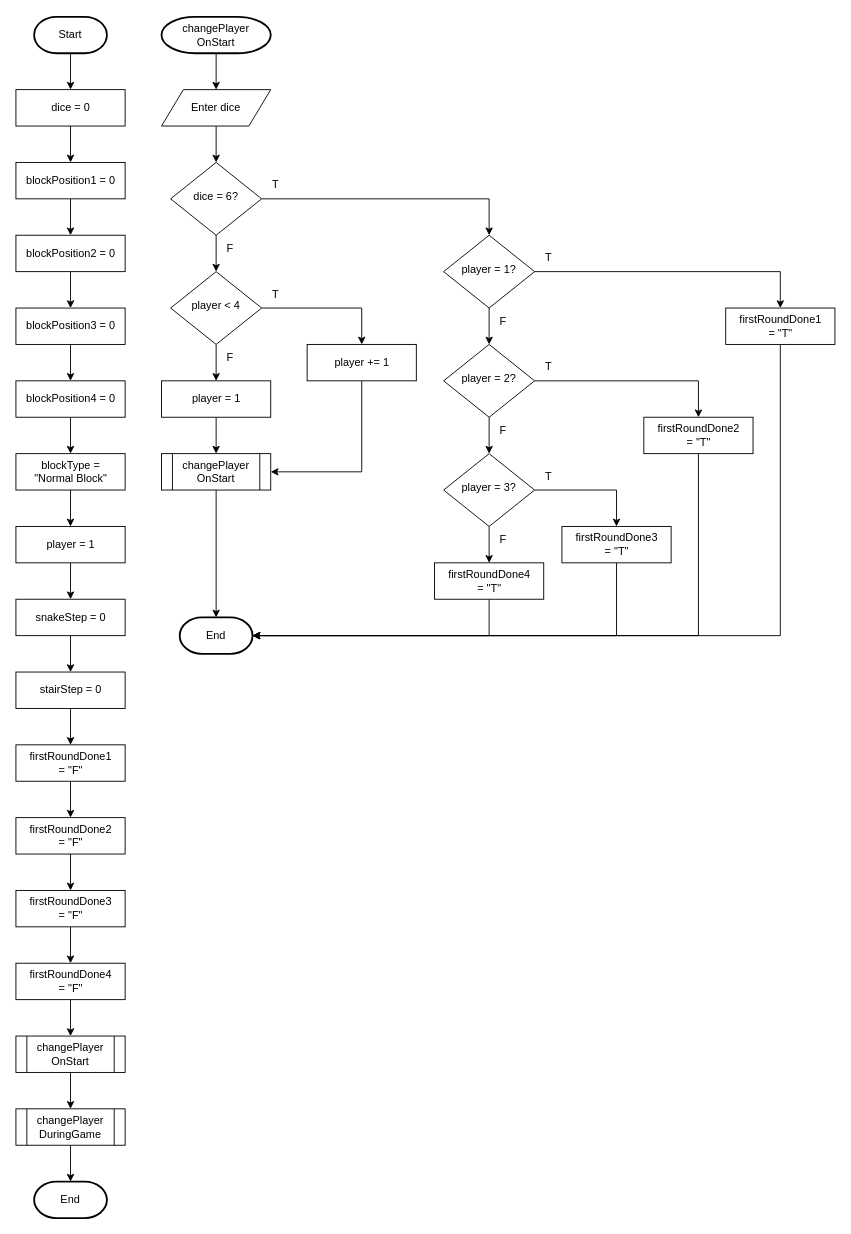
Above: page "Flowchart Part 1" (2 of 6) of Assignment 2/SnakeLadder.drawio in zhafranzainal/algorithm-complexity (draw.io), before the change. Source tidied: cells renumbered, new cells numbered last; positions are measured from the earlier drawing's top-left corner, leaving out a move shared by most shapes. Both pictures are drawn from the tidied source at 91%, with x=0, y=0 at pixel (15, 16).
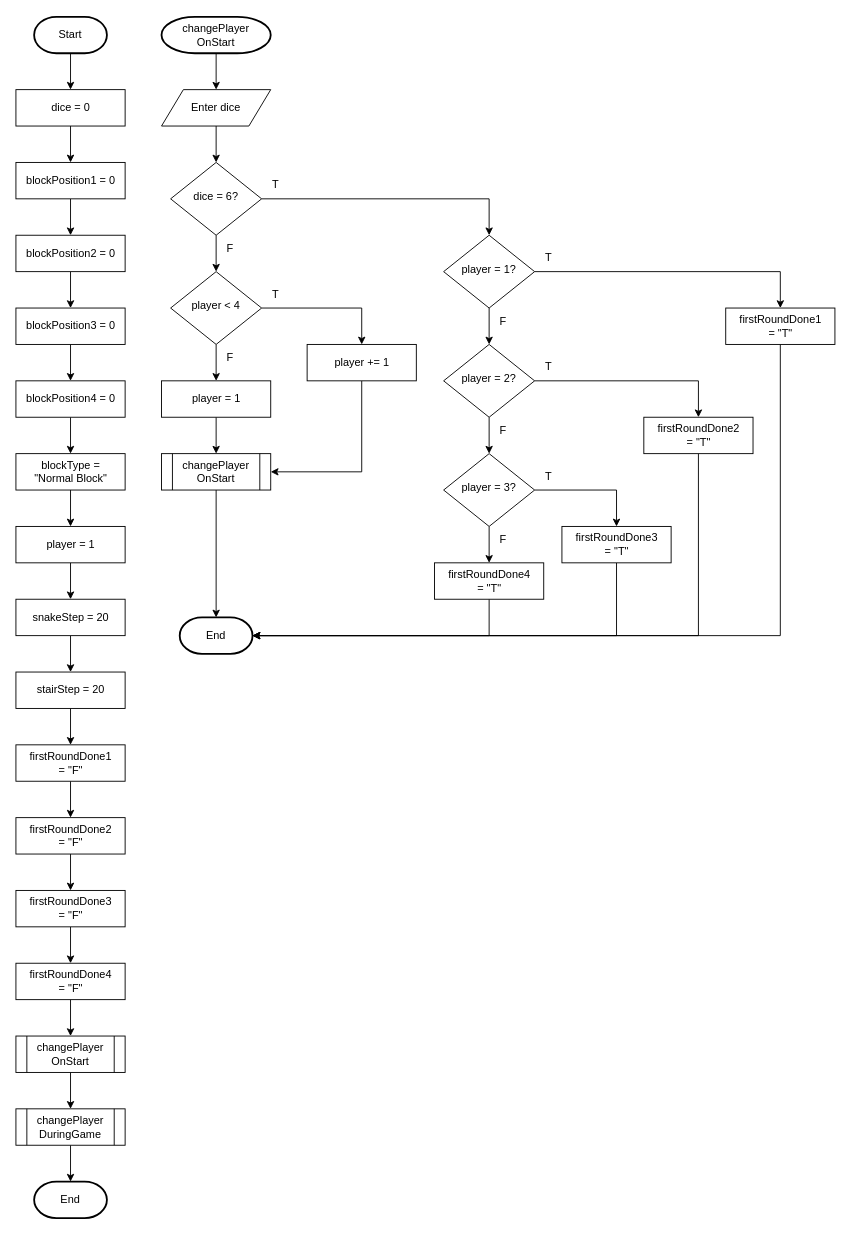
After the change.

What changed in the source:
```diff
@@
-    <mxCell id="17" value="snakeStep = 0" style="html=1;dashed=0;whitespace=wrap;" parent="1" vertex="1">
+    <mxCell id="17" value="snakeStep = 20" style="html=1;dashed=0;whitespace=wrap;" parent="1" vertex="1">
       <mxGeometry y="640" width="120" height="40" as="geometry" />
     </mxCell>
@@
-    <mxCell id="19" value="stairStep = 0" style="html=1;dashed=0;whitespace=wrap;" parent="1" vertex="1">
+    <mxCell id="19" value="stairStep = 20" style="html=1;dashed=0;whitespace=wrap;" parent="1" vertex="1">
       <mxGeometry y="720" width="120" height="40" as="geometry" />
     </mxCell>
```
